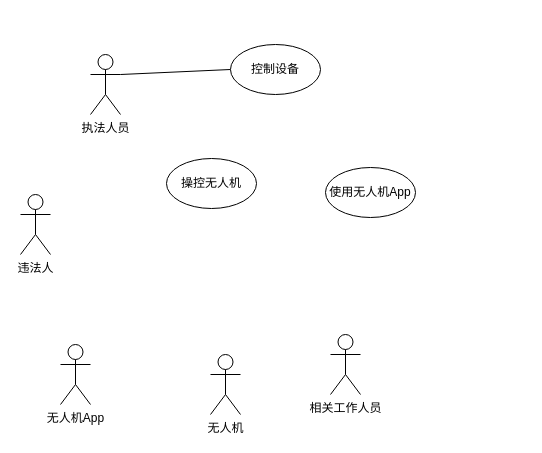
Above: 未命名绘图.drawio in Sodiumsss/Anroid-Simple-sql-action (draw.io), before the change. Source tidied: cells renumbered, new cells numbered last; positions are measured from the earlier drawing's top-left corner, leaving out a move shared by most shapes. Both pictures are drawn from the tidied source at 100%, with x=0, y=0 at pixel (20, 44).
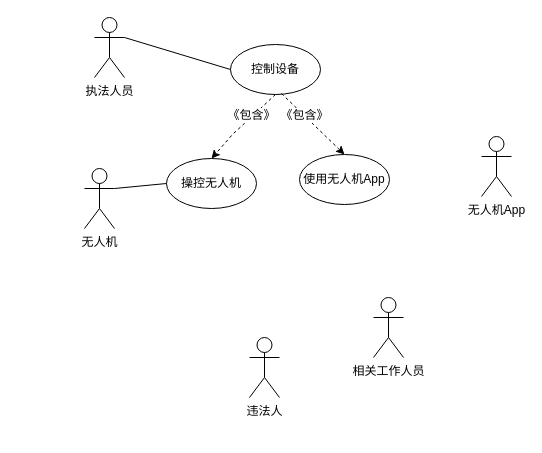
After the change.

Commit message (it also covers changes not shown here):
更新未命名绘图.drawio

Diff of the diagram source:
```diff
@@
 <mxGraphModel>
   <root>
     <mxCell id="0" />
     <mxCell id="1" parent="0" />
     <mxCell id="2" value="执法人员" style="shape=umlActor;verticalLabelPosition=bottom;verticalAlign=top;html=1;outlineConnect=0;" parent="1" vertex="1">
-      <mxGeometry x="70" y="10" width="30" height="60" as="geometry" />
+      <mxGeometry x="74" y="-27" width="30" height="60" as="geometry" />
     </mxCell>
     <mxCell id="3" value="无人机" style="shape=umlActor;verticalLabelPosition=bottom;verticalAlign=top;html=1;outlineConnect=0;" parent="1" vertex="1">
-      <mxGeometry x="190" y="310" width="30" height="60" as="geometry" />
+      <mxGeometry x="64" y="124" width="30" height="60" as="geometry" />
     </mxCell>
     <mxCell id="4" value="无人机App" style="shape=umlActor;verticalLabelPosition=bottom;verticalAlign=top;html=1;" parent="1" vertex="1">
-      <mxGeometry x="40" y="300" width="30" height="60" as="geometry" />
+      <mxGeometry x="461" y="92" width="30" height="60" as="geometry" />
     </mxCell>
     <mxCell id="5" value="违法人" style="shape=umlActor;verticalLabelPosition=bottom;verticalAlign=top;html=1;" parent="1" vertex="1">
-      <mxGeometry y="150" width="30" height="60" as="geometry" />
+      <mxGeometry x="229" y="293" width="30" height="60" as="geometry" />
     </mxCell>
     <mxCell id="6" value="相关工作人员" style="shape=umlActor;verticalLabelPosition=bottom;verticalAlign=top;html=1;" parent="1" vertex="1">
-      <mxGeometry x="310" y="290" width="30" height="60" as="geometry" />
+      <mxGeometry x="353" y="253" width="30" height="60" as="geometry" />
     </mxCell>
     <mxCell id="7" style="endArrow=none;html=1;rounded=0;entryX=0;entryY=0.5;entryDx=0;entryDy=0;exitX=1;exitY=0.3333333333333333;exitDx=0;exitDy=0;exitPerimeter=0;" parent="1" edge="1" source="2" target="8">
       <mxGeometry relative="1" as="geometry" />
     </mxCell>
     <mxCell id="8" value="控制设备" style="ellipse;whiteSpace=wrap;html=1;" parent="1" vertex="1">
       <mxGeometry x="210" width="90" height="50" as="geometry" />
     </mxCell>
     <mxCell id="9" value="操控无人机" style="ellipse;whiteSpace=wrap;html=1;" parent="1" vertex="1">
       <mxGeometry x="146" y="114" width="90" height="50" as="geometry" />
     </mxCell>
     <mxCell id="10" value="使用无人机App" style="ellipse;whiteSpace=wrap;html=1;" parent="1" vertex="1">
-      <mxGeometry x="305" y="123" width="90" height="50" as="geometry" />
+      <mxGeometry x="279" y="110" width="90" height="50" as="geometry" />
     </mxCell>
+    <mxCell id="11" style="endArrow=classic;html=1;rounded=0;fontFamily=Helvetica;fontSize=12;fontColor=default;exitX=0.5;exitY=1;exitDx=0;exitDy=0;entryX=0.5;entryY=0;entryDx=0;entryDy=0;dashed=1;" parent="1" edge="1" source="8" target="9">
+      <mxGeometry relative="1" as="geometry">
+        <Array as="points">
+          <mxPoint x="212" y="90" />
+        </Array>
+      </mxGeometry>
+    </mxCell>
+    <mxCell id="12" value="《包含》" style="edgeLabel;html=1;align=center;verticalAlign=middle;fontSize=12;fontFamily=Helvetica;fontColor=default;" parent="11" vertex="1">
+      <mxGeometry x="-0.28" y="-1" relative="1" as="geometry">
+        <mxPoint y="-1" as="offset" />
+      </mxGeometry>
+    </mxCell>
+    <mxCell id="13" style="endArrow=classic;html=1;rounded=0;fontFamily=Helvetica;fontSize=12;fontColor=default;entryX=0.5;entryY=0;entryDx=0;entryDy=0;dashed=1;" parent="1" edge="1" target="10">
+      <mxGeometry relative="1" as="geometry">
+        <mxPoint x="261" y="49" as="sourcePoint" />
+      </mxGeometry>
+    </mxCell>
+    <mxCell id="14" value="《包含》" style="edgeLabel;html=1;align=center;verticalAlign=middle;fontSize=12;fontFamily=Helvetica;fontColor=default;" parent="13" vertex="1">
+      <mxGeometry x="-0.28" y="-1" relative="1" as="geometry">
+        <mxPoint y="-1" as="offset" />
+      </mxGeometry>
+    </mxCell>
+    <mxCell id="15" style="endArrow=none;html=1;rounded=0;fontFamily=Helvetica;fontSize=12;fontColor=default;entryX=0;entryY=0.5;entryDx=0;entryDy=0;exitX=1;exitY=0.3333333333333333;exitDx=0;exitDy=0;exitPerimeter=0;" parent="1" edge="1" source="3" target="9">
+      <mxGeometry relative="1" as="geometry" />
+    </mxCell>
   </root>
 </mxGraphModel>
```
